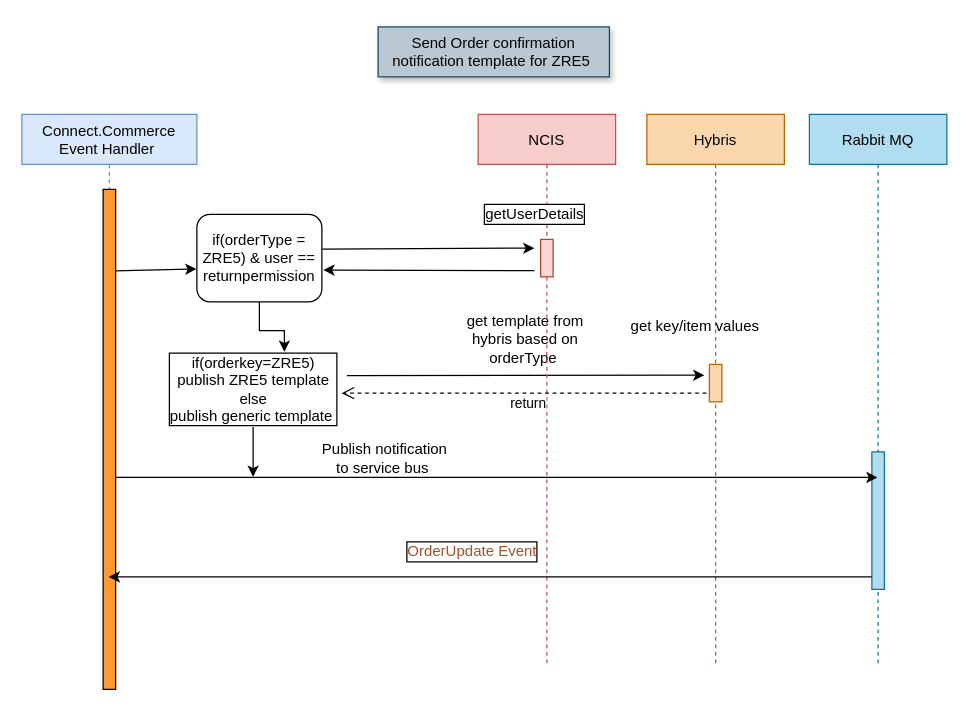
Above: Untitled Diagram.drawio in MrMetalAddict/Retail-Mon (draw.io), before the change. Source tidied: cells renumbered, new cells numbered last; positions are measured from the earlier drawing's top-left corner, leaving out a move shared by most shapes. Both pictures are drawn from the tidied source at 125%, with x=0, y=0 at pixel (21, 26).
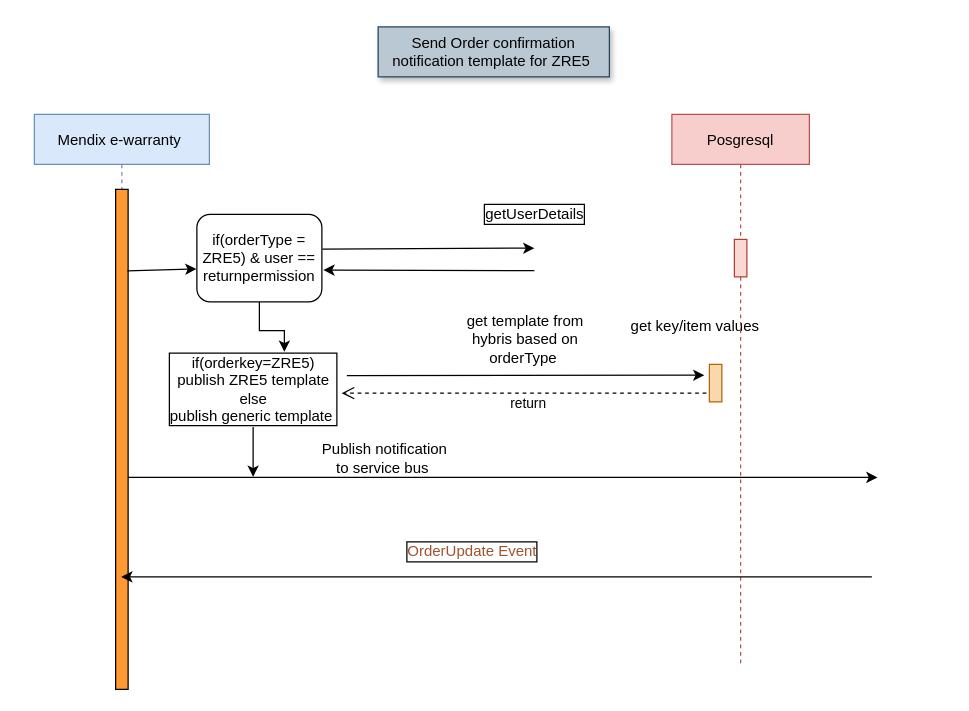
After the change.

Unchanged cells that the change refers to:
```xml
<mxCell id="3" style="points=[];perimeter=orthogonalPerimeter;rounded=0;shadow=0;strokeWidth=1;fillColor=#FF9933;" parent="2" vertex="1">
  <mxGeometry x="65" y="60" width="10" height="400" as="geometry" />
</mxCell>
```

What changed in the source:
```diff
@@
-    <mxCell id="2" value="Connect.Commerce&#10;Event Handler " style="shape=umlLifeline;perimeter=lifelinePerimeter;rounded=0;shadow=0;strokeWidth=1;fillColor=#dae8fc;strokeColor=#6c8ebf;" parent="1" vertex="1">
-      <mxGeometry y="70" width="140" height="440" as="geometry" />
+    <mxCell id="2" value="Mendix e-warranty " style="shape=umlLifeline;perimeter=lifelinePerimeter;rounded=0;shadow=0;strokeWidth=1;fillColor=#dae8fc;strokeColor=#6c8ebf;" parent="1" vertex="1">
+      <mxGeometry x="10" y="70" width="140" height="440" as="geometry" />
     </mxCell>
@@
-    <mxCell id="5" value="Hybris" style="shape=umlLifeline;perimeter=lifelinePerimeter;rounded=0;shadow=0;strokeWidth=1;fillColor=#fad7ac;strokeColor=#b46504;" parent="1" vertex="1">
-      <mxGeometry x="500" y="70" width="110" height="440" as="geometry" />
-    </mxCell>
@@
-    <mxCell id="14" value="NCIS" style="shape=umlLifeline;perimeter=lifelinePerimeter;rounded=0;shadow=0;strokeWidth=1;fillColor=#f8cecc;strokeColor=#b85450;" parent="1" vertex="1">
-      <mxGeometry x="365" y="70" width="110" height="440" as="geometry" />
+    <mxCell id="14" value="Posgresql" style="shape=umlLifeline;perimeter=lifelinePerimeter;rounded=0;shadow=0;strokeWidth=1;fillColor=#f8cecc;strokeColor=#b85450;" parent="1" vertex="1">
+      <mxGeometry x="520" y="70" width="110" height="440" as="geometry" />
     </mxCell>
@@
-    <mxCell id="19" value="Rabbit MQ" style="shape=umlLifeline;perimeter=lifelinePerimeter;rounded=0;shadow=0;strokeWidth=1;fillColor=#b1ddf0;strokeColor=#10739e;" parent="1" vertex="1">
-      <mxGeometry x="630" y="70" width="110" height="440" as="geometry" />
-    </mxCell>
-    <mxCell id="20" style="html=1;perimeter=orthogonalPerimeter;labelBackgroundColor=#ffffff;fillColor=#b1ddf0;strokeColor=#10739e;" parent="19" vertex="1">
-      <mxGeometry x="50" y="270" width="10" height="110" as="geometry" />
-    </mxCell>
@@
-    <mxCell id="22" style="endArrow=classic;html=1;exitX=1.02;exitY=0.576;exitDx=0;exitDy=0;exitPerimeter=0;" parent="1" edge="1" source="3" target="19">
-      <mxGeometry relative="1" as="geometry" />
+    <mxCell id="22" style="endArrow=classic;html=1;exitX=1.02;exitY=0.576;exitDx=0;exitDy=0;exitPerimeter=0;" parent="1" edge="1" source="3">
+      <mxGeometry relative="1" as="geometry">
+        <mxPoint x="684.5" y="360.4" as="targetPoint" />
+      </mxGeometry>
     </mxCell>
```
